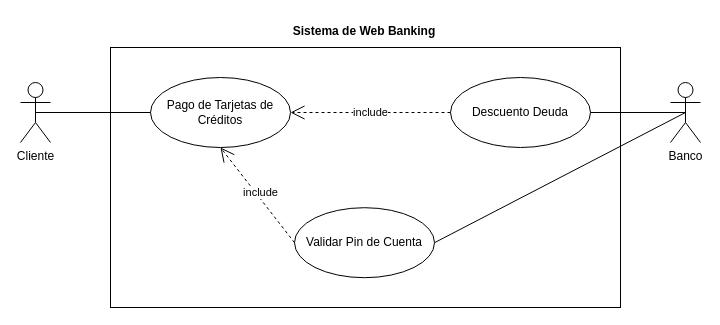
elias-gill-UNA/Compartido keeps this draw.io diagram as parcial/Casos de Uso/Caso_de_Uso_Pago_Tarjeta.drawio. Above is the earlier version. Source tidied: cells renumbered, new cells numbered last; positions are measured from the earlier drawing's top-left corner, leaving out a move shared by most shapes. Both pictures are drawn from the tidied source at 100%, with x=0, y=0 at pixel (20, 17).
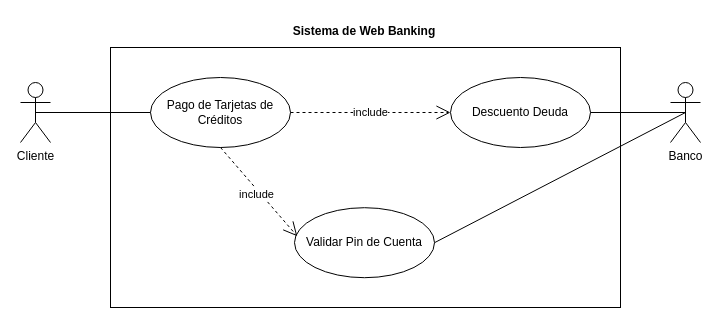
Above is the later version.

Diff of the diagram source:
```diff
@@
 <mxGraphModel>
   <root>
     <mxCell id="0" />
     <mxCell id="1" parent="0" />
     <mxCell id="2" style="html=1;" parent="1" vertex="1">
       <mxGeometry x="90" y="30" width="510" height="260" as="geometry" />
     </mxCell>
     <mxCell id="3" value="Cliente" style="shape=umlActor;verticalLabelPosition=bottom;verticalAlign=top;html=1;" parent="1" vertex="1">
       <mxGeometry y="65" width="30" height="60" as="geometry" />
     </mxCell>
     <mxCell id="4" value="Sistema de Web Banking" style="text;align=center;fontStyle=1;verticalAlign=middle;spacingLeft=3;spacingRight=3;strokeColor=none;" parent="1" vertex="1">
       <mxGeometry x="304" width="80" height="26" as="geometry" />
     </mxCell>
     <mxCell id="5" value="Banco" style="shape=umlActor;verticalLabelPosition=bottom;verticalAlign=top;html=1;" parent="1" vertex="1">
       <mxGeometry x="650" y="65" width="30" height="60" as="geometry" />
     </mxCell>
     <mxCell id="6" value="Pago de Tarjetas de Créditos" style="ellipse;whiteSpace=wrap;html=1;" parent="1" vertex="1">
       <mxGeometry x="130" y="60" width="140" height="70" as="geometry" />
     </mxCell>
     <mxCell id="7" value="Descuento Deuda" style="ellipse;whiteSpace=wrap;html=1;" parent="1" vertex="1">
       <mxGeometry x="430" y="60" width="140" height="70" as="geometry" />
     </mxCell>
     <mxCell id="8" style="endArrow=none;html=1;rounded=0;entryX=0.5;entryY=0.5;entryDx=0;entryDy=0;entryPerimeter=0;exitX=1;exitY=0.5;exitDx=0;exitDy=0;" parent="1" edge="1" source="7" target="5">
       <mxGeometry relative="1" as="geometry" />
     </mxCell>
     <mxCell id="9" style="endArrow=none;html=1;rounded=0;exitX=0.5;exitY=0.5;exitDx=0;exitDy=0;exitPerimeter=0;entryX=0;entryY=0.5;entryDx=0;entryDy=0;" parent="1" edge="1" source="3" target="6">
       <mxGeometry relative="1" as="geometry" />
     </mxCell>
-    <mxCell id="10" value="include" style="endArrow=open;endSize=12;dashed=1;html=1;rounded=0;exitX=0;exitY=0.5;exitDx=0;exitDy=0;entryX=1;entryY=0.5;entryDx=0;entryDy=0;" parent="1" edge="1" source="7" target="6">
+    <mxCell id="10" value="include" style="endArrow=open;endSize=12;dashed=1;html=1;rounded=0;exitX=1;exitY=0.5;exitDx=0;exitDy=0;entryX=0;entryY=0.5;entryDx=0;entryDy=0;" parent="1" edge="1" source="6" target="7">
       <mxGeometry relative="1" as="geometry" />
     </mxCell>
     <mxCell id="11" style="endArrow=none;html=1;rounded=0;entryX=0.5;entryY=0.5;entryDx=0;entryDy=0;entryPerimeter=0;exitX=1;exitY=0.5;exitDx=0;exitDy=0;" parent="1" edge="1" source="12" target="5">
       <mxGeometry relative="1" as="geometry" />
     </mxCell>
     <mxCell id="12" value="Validar Pin de Cuenta" style="ellipse;whiteSpace=wrap;html=1;" parent="1" vertex="1">
       <mxGeometry x="274" y="190.2" width="140" height="70" as="geometry" />
     </mxCell>
-    <mxCell id="13" value="include" style="endArrow=open;endSize=12;dashed=1;html=1;rounded=0;exitX=0;exitY=0.5;exitDx=0;exitDy=0;entryX=0.5;entryY=1;entryDx=0;entryDy=0;" parent="1" edge="1" source="12" target="6">
+    <mxCell id="13" value="include" style="endArrow=open;endSize=12;dashed=1;html=1;rounded=0;exitX=0.5;exitY=1;exitDx=0;exitDy=0;entryX=0.02;entryY=0.408;entryDx=0;entryDy=0;entryPerimeter=0;" parent="1" edge="1" source="6" target="12">
       <mxGeometry y="-4" relative="1" as="geometry" />
     </mxCell>
   </root>
 </mxGraphModel>
```
